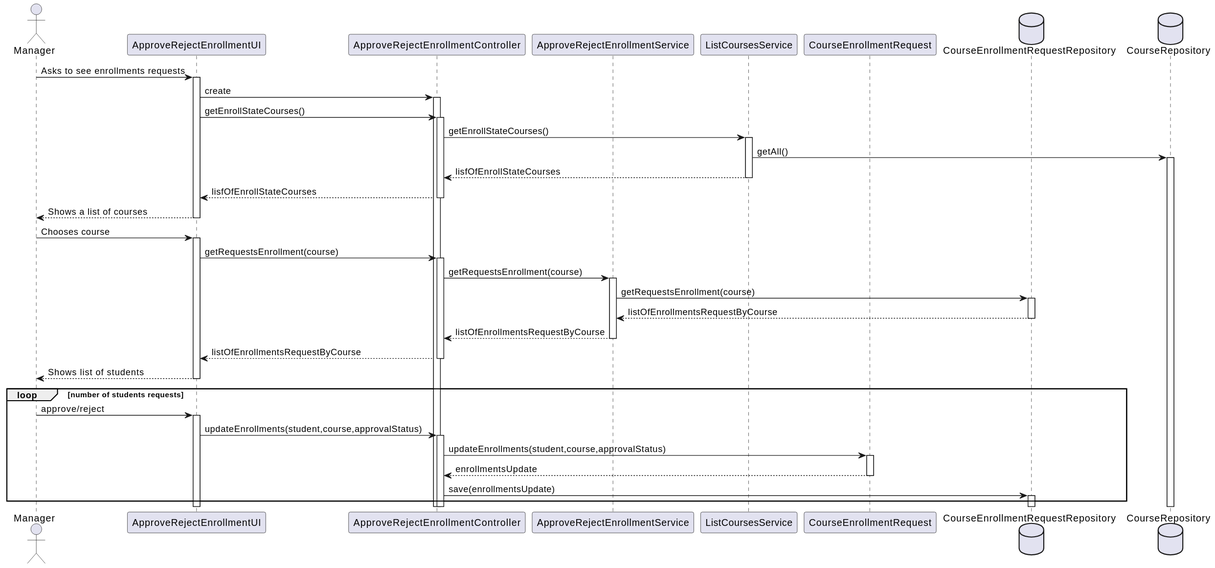
Above: docs/SPRINT B/US1009 - Approve or Reject Students Applications/US1009-SD.svg in mascenso/isep-sem4-lapr4 (PlantUML), before the change. The source it was exported from:
```plantuml
@startuml

autoactivate on

actor Manager as M
participant "ApproveRejectEnrollmentUI" as UI
participant "ApproveRejectEnrollmentController" as C
participant "ApproveRejectEnrollmentService" as S
participant "ListCoursesService" as CS
participant "CourseEnrollmentRequest" as E
database "CourseEnrollmentRequestRepository" as R
database "CourseRepository" as CR



M->UI: Asks to see enrollments requests
UI->C:create
UI->C:getEnrollStateCourses()
C->CS:getEnrollStateCourses()
CS->CR:getAll()
CS-->C: lisfOfEnrollStateCourses
C-->UI: lisfOfEnrollStateCourses
UI-->M: Shows a list of courses
M->UI: Chooses course
UI->C: getRequestsEnrollment(course)
C->S:getRequestsEnrollment(course)
S->R:getRequestsEnrollment(course)
R-->S: listOfEnrollmentsRequestByCourse
S-->C: listOfEnrollmentsRequestByCourse
C-->UI:listOfEnrollmentsRequestByCourse
UI-->M: Shows list of students
loop number of students requests
M->UI: approve/reject
UI->C: updateEnrollments(student,course,approvalStatus)
C->E:updateEnrollments(student,course,approvalStatus)
E-->C: enrollmentsUpdate
C->R:save(enrollmentsUpdate)
end
@enduml
```
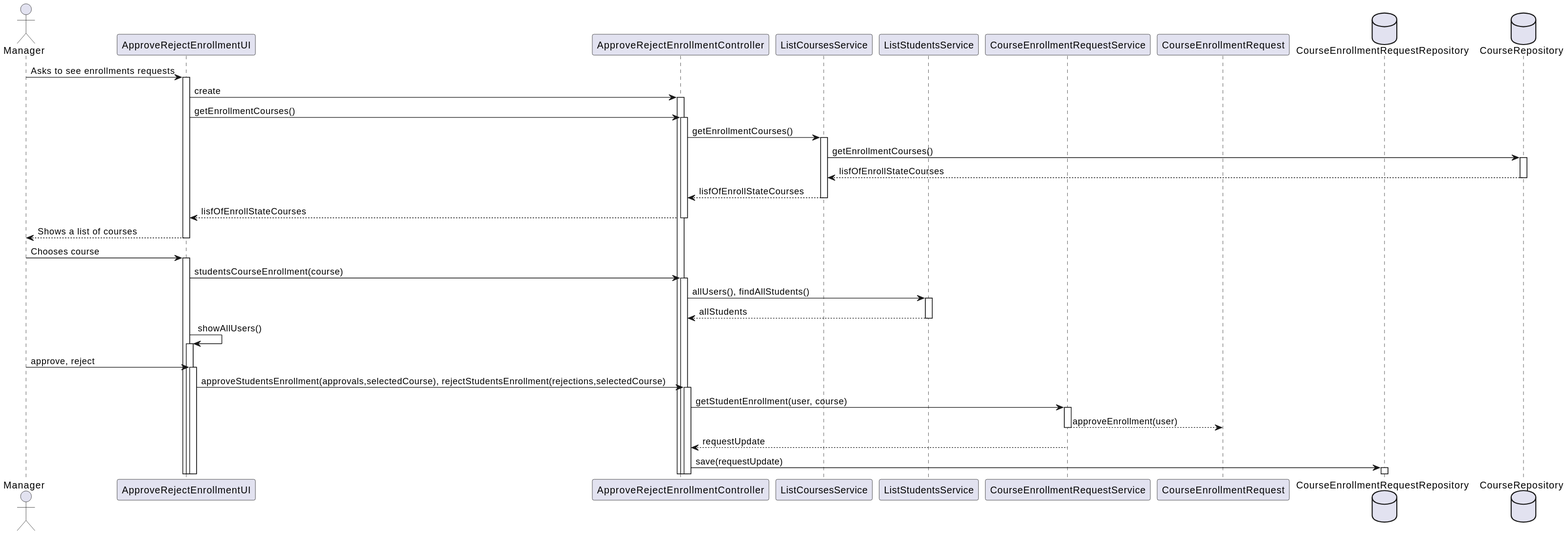
After the change.

Change to the diagram source:
```diff
@@ -5,8 +5,9 @@
 actor Manager as M
 participant "ApproveRejectEnrollmentUI" as UI
 participant "ApproveRejectEnrollmentController" as C
-participant "ApproveRejectEnrollmentService" as S
 participant "ListCoursesService" as CS
+participant "ListStudentsService" as SS
+participant "CourseEnrollmentRequestService" as ES
 participant "CourseEnrollmentRequest" as E
 database "CourseEnrollmentRequestRepository" as R
 database "CourseRepository" as CR
@@ -15,25 +16,23 @@
 
 M->UI: Asks to see enrollments requests
 UI->C:create
-UI->C:getEnrollStateCourses()
-C->CS:getEnrollStateCourses()
-CS->CR:getAll()
+UI->C:getEnrollmentCourses()
+C->CS:getEnrollmentCourses()
+CS->CR:getEnrollmentCourses()
+CR-->CS:lisfOfEnrollStateCourses
+deactivate CR
 CS-->C: lisfOfEnrollStateCourses
 C-->UI: lisfOfEnrollStateCourses
 UI-->M: Shows a list of courses
 M->UI: Chooses course
-UI->C: getRequestsEnrollment(course)
-C->S:getRequestsEnrollment(course)
-S->R:getRequestsEnrollment(course)
-R-->S: listOfEnrollmentsRequestByCourse
-S-->C: listOfEnrollmentsRequestByCourse
-C-->UI:listOfEnrollmentsRequestByCourse
-UI-->M: Shows list of students
-loop number of students requests
-M->UI: approve/reject
-UI->C: updateEnrollments(student,course,approvalStatus)
-C->E:updateEnrollments(student,course,approvalStatus)
-E-->C: enrollmentsUpdate
-C->R:save(enrollmentsUpdate)
-end
+UI->C: studentsCourseEnrollment(course)
+C->SS: allUsers(), findAllStudents()
+SS-->C :allStudents
+UI->UI:showAllUsers()
+M->UI: approve, reject
+UI->C:approveStudentsEnrollment(approvals,selectedCourse), rejectStudentsEnrollment(rejections,selectedCourse)
+C->ES:getStudentEnrollment(user, course)
+ES-->E: approveEnrollment(user)
+ES-->C: requestUpdate
+C->R:save(requestUpdate)
 @enduml
```
